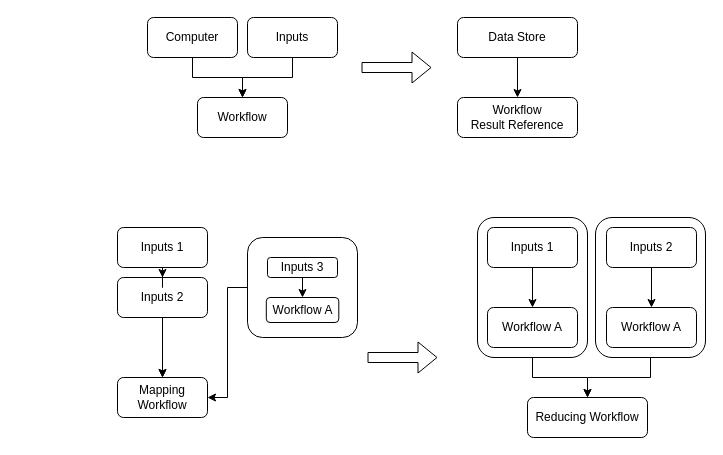
cdcihub/oda-runners keeps this draw.io diagram as Workflow-Operations.drawio. Above is the earlier version. Source tidied: cells renumbered, new cells numbered last; positions are measured from the earlier drawing's top-left corner, leaving out a move shared by most shapes. Both pictures are drawn from the tidied source at 100%, with x=0, y=0 at pixel (117, 17).
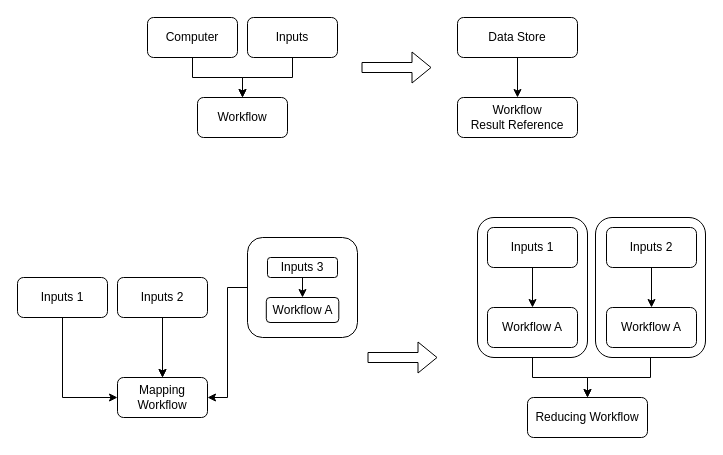
The same diagram, later.

The change refers to these unchanged cells:
```xml
<mxCell id="15" value="Mapping Workflow" style="rounded=1;whiteSpace=wrap;html=1;" parent="1" vertex="1">
  <mxGeometry y="360" width="90" height="40" as="geometry" />
</mxCell>
<mxCell id="20" value="Inputs 2" style="rounded=1;whiteSpace=wrap;html=1;" parent="1" vertex="1">
  <mxGeometry y="260" width="90" height="40" as="geometry" />
</mxCell>
```

Change to the diagram source:
```diff
@@
-    <mxCell id="28" style="edgeStyle=orthogonalEdgeStyle;rounded=0;jettySize=auto;html=1;" parent="1" edge="1" source="29" target="20">
-      <mxGeometry relative="1" as="geometry" />
-    </mxCell>
+    <mxCell id="34" style="edgeStyle=orthogonalEdgeStyle;rounded=0;jettySize=auto;html=1;exitX=0.5;exitY=1;exitDx=0;exitDy=0;entryX=0;entryY=0.5;entryDx=0;entryDy=0;" parent="1" edge="1" source="29" target="15">
+      <mxGeometry relative="1" as="geometry" />
+    </mxCell>
     <mxCell id="29" value="Inputs 1" style="rounded=1;whiteSpace=wrap;html=1;" parent="1" vertex="1">
-      <mxGeometry y="210" width="90" height="40" as="geometry" />
+      <mxGeometry x="-100" y="260" width="90" height="40" as="geometry" />
     </mxCell>
```
